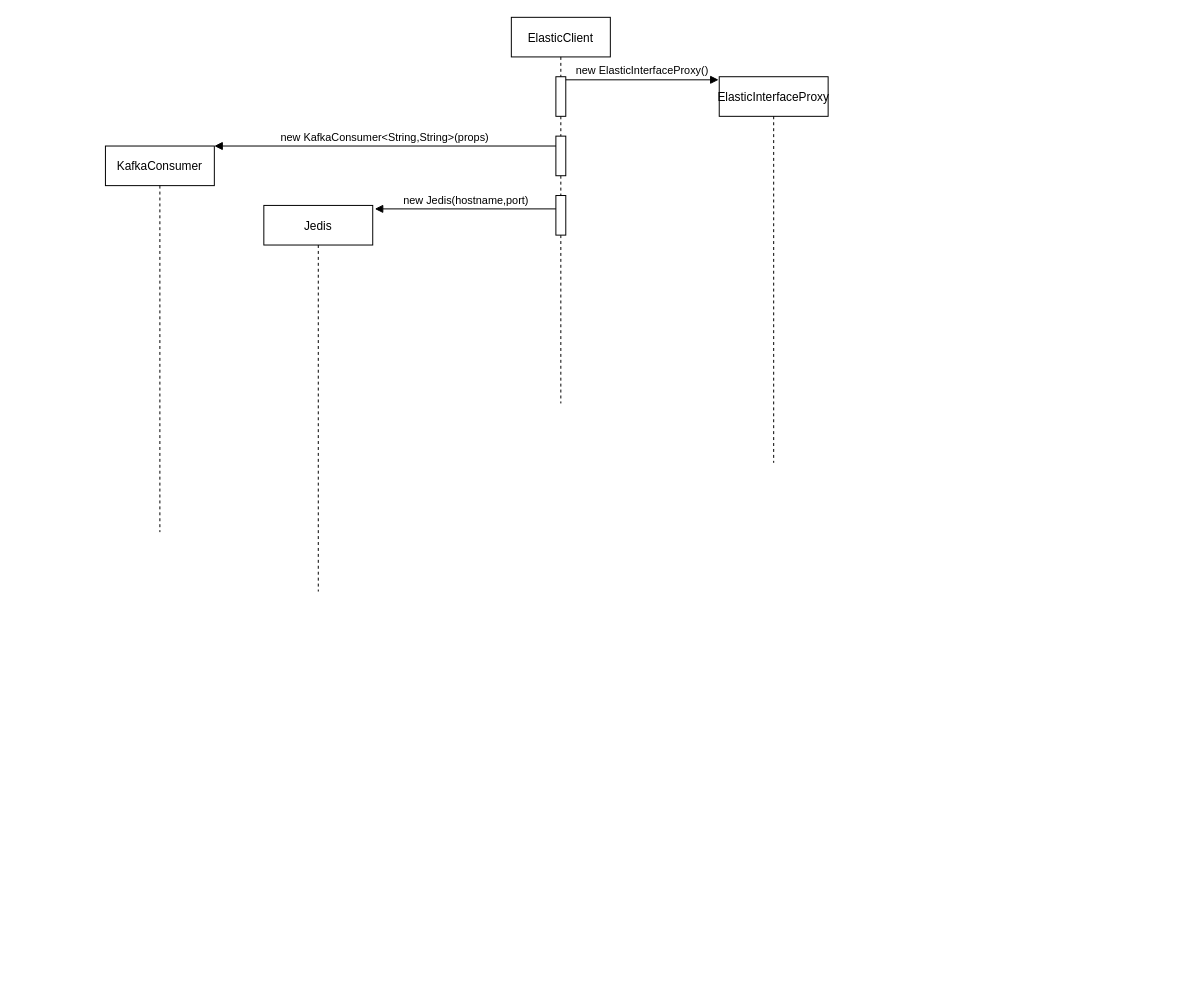
Above: docs/sequenceOrchestrator.drawio in josura/Error-classification-ISD (draw.io), before the change. Source tidied: cells renumbered, new cells numbered last; positions are measured from the earlier drawing's top-left corner, leaving out a move shared by most shapes. Both pictures are drawn from the tidied source at 99%, with x=0, y=0 at pixel (105, 17).
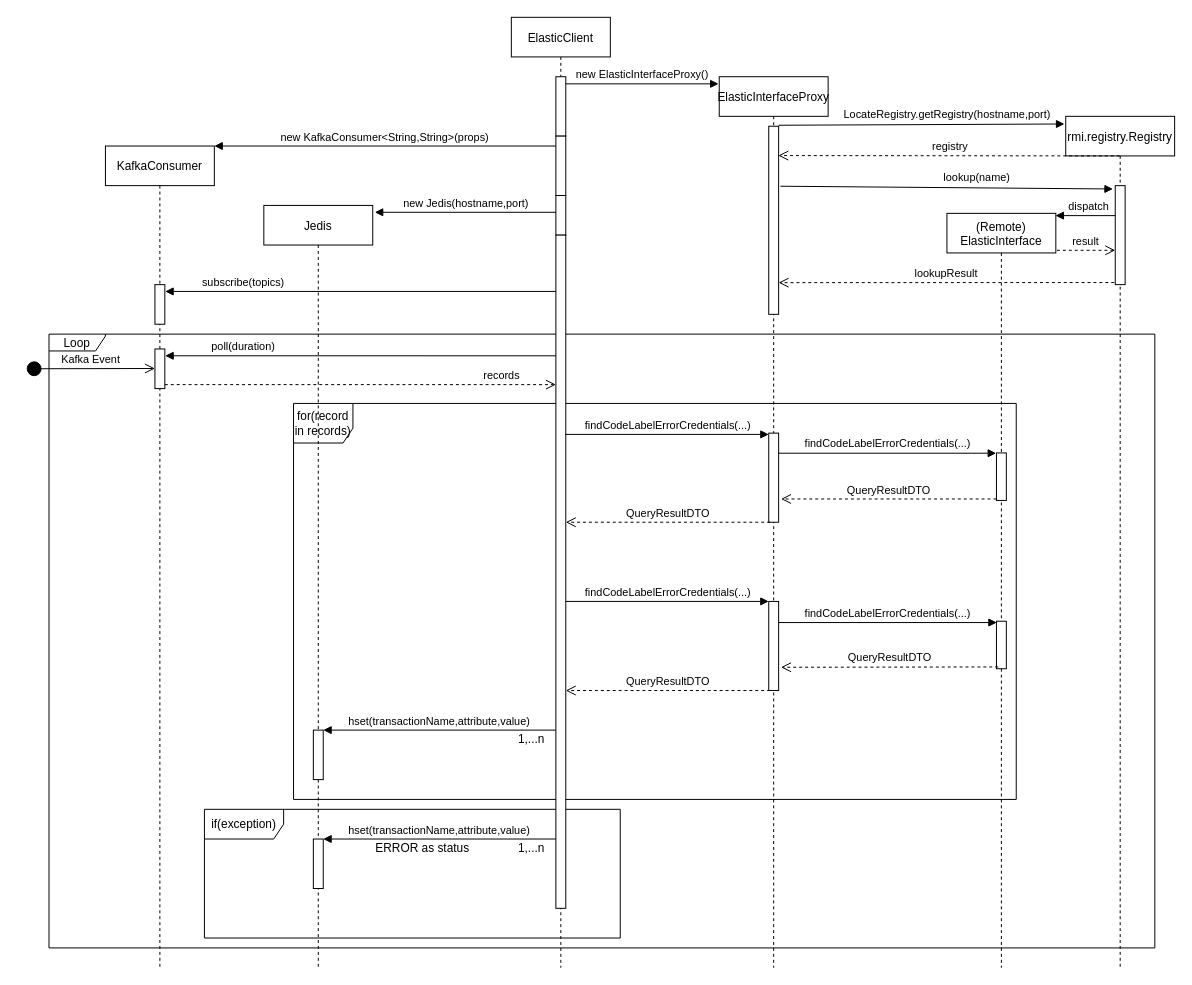
The same diagram, later.

The edit, as a diff of the source:
```diff
@@
+    <mxCell id="12" value="if(exception)" style="shape=umlFrame;whiteSpace=wrap;html=1;width=80;height=30;" parent="1" vertex="1">
+      <mxGeometry x="100" y="800" width="420" height="130" as="geometry" />
+    </mxCell>
+    <mxCell id="13" value="Loop" style="shape=umlFrame;whiteSpace=wrap;html=1;width=57;height=17;" parent="1" vertex="1">
+      <mxGeometry x="-57" y="320" width="1117" height="620" as="geometry" />
+    </mxCell>
+    <mxCell id="14" value="for(record in records)" style="shape=umlFrame;whiteSpace=wrap;html=1;width=60;height=40;" parent="1" vertex="1">
+      <mxGeometry x="190" y="390" width="730" height="400" as="geometry" />
+    </mxCell>
     <mxCell id="2" value="ElasticClient" style="shape=umlLifeline;perimeter=lifelinePerimeter;rounded=0;shadow=0;strokeWidth=1;" parent="1" vertex="1">
-      <mxGeometry x="410" width="100" height="390" as="geometry" />
+      <mxGeometry x="410" width="100" height="960" as="geometry" />
     </mxCell>
     <mxCell id="3" style="points=[];perimeter=orthogonalPerimeter;rounded=0;shadow=0;strokeWidth=1;" parent="2" vertex="1">
-      <mxGeometry x="45" y="60" width="10" height="40" as="geometry" />
+      <mxGeometry x="45" y="60" width="10" height="60" as="geometry" />
     </mxCell>
     <mxCell id="4" style="points=[];perimeter=orthogonalPerimeter;rounded=0;shadow=0;strokeWidth=1;" parent="2" vertex="1">
-      <mxGeometry x="45" y="120" width="10" height="40" as="geometry" />
+      <mxGeometry x="45" y="120" width="10" height="60" as="geometry" />
     </mxCell>
@@
+    <mxCell id="15" style="points=[];perimeter=orthogonalPerimeter;rounded=0;shadow=0;strokeWidth=1;" parent="2" vertex="1">
+      <mxGeometry x="45" y="220" width="10" height="680" as="geometry" />
+    </mxCell>
     <mxCell id="6" value="ElasticInterfaceProxy" style="shape=umlLifeline;perimeter=lifelinePerimeter;rounded=0;shadow=0;strokeWidth=1;" parent="1" vertex="1">
-      <mxGeometry x="620" y="60" width="110" height="390" as="geometry" />
+      <mxGeometry x="620" y="60" width="110" height="900" as="geometry" />
     </mxCell>
+    <mxCell id="16" style="points=[];perimeter=orthogonalPerimeter;rounded=0;shadow=0;strokeWidth=1;" parent="6" vertex="1">
+      <mxGeometry x="50" y="360" width="10" height="90" as="geometry" />
+    </mxCell>
+    <mxCell id="17" style="points=[];perimeter=orthogonalPerimeter;rounded=0;shadow=0;strokeWidth=1;" parent="6" vertex="1">
+      <mxGeometry x="50" y="50" width="10" height="190" as="geometry" />
+    </mxCell>
+    <mxCell id="18" style="points=[];perimeter=orthogonalPerimeter;rounded=0;shadow=0;strokeWidth=1;" parent="6" vertex="1">
+      <mxGeometry x="50" y="530" width="10" height="90" as="geometry" />
+    </mxCell>
@@
     <mxCell id="8" value="KafkaConsumer" style="shape=umlLifeline;perimeter=lifelinePerimeter;rounded=0;shadow=0;strokeWidth=1;" parent="1" vertex="1">
-      <mxGeometry y="130" width="110" height="390" as="geometry" />
+      <mxGeometry y="130" width="110" height="830" as="geometry" />
     </mxCell>
+    <mxCell id="19" style="points=[];perimeter=orthogonalPerimeter;rounded=0;shadow=0;strokeWidth=1;" parent="8" vertex="1">
+      <mxGeometry x="50" y="140" width="10" height="40" as="geometry" />
+    </mxCell>
+    <mxCell id="20" style="points=[];perimeter=orthogonalPerimeter;rounded=0;shadow=0;strokeWidth=1;" parent="8" vertex="1">
+      <mxGeometry x="50" y="205" width="10" height="40" as="geometry" />
+    </mxCell>
+    <mxCell id="21" value="poll(duration)" style="html=1;verticalAlign=bottom;endArrow=block;rounded=0;entryX=1.038;entryY=0.172;entryDx=0;entryDy=0;entryPerimeter=0;" parent="8" edge="1" target="20">
+      <mxGeometry x="0.6" relative="1" as="geometry">
+        <mxPoint x="455" y="211.9" as="sourcePoint" />
+      </mxGeometry>
+    </mxCell>
     <mxCell id="9" value="Jedis" style="shape=umlLifeline;perimeter=lifelinePerimeter;rounded=0;shadow=0;strokeWidth=1;" parent="1" vertex="1">
-      <mxGeometry x="160" y="190" width="110" height="390" as="geometry" />
+      <mxGeometry x="160" y="190" width="110" height="770" as="geometry" />
     </mxCell>
+    <mxCell id="22" style="points=[];perimeter=orthogonalPerimeter;rounded=0;shadow=0;strokeWidth=1;" parent="9" vertex="1">
+      <mxGeometry x="50" y="530" width="10" height="50" as="geometry" />
+    </mxCell>
@@
+    <mxCell id="23" value="subscribe(topics)" style="html=1;verticalAlign=bottom;endArrow=block;rounded=0;entryX=1.038;entryY=0.172;entryDx=0;entryDy=0;entryPerimeter=0;" parent="1" edge="1" source="15" target="19">
+      <mxGeometry x="0.6" relative="1" as="geometry" />
+    </mxCell>
+    <mxCell id="24" value="records" style="html=1;verticalAlign=bottom;endArrow=open;dashed=1;endSize=8;rounded=0;" parent="1" edge="1">
+      <mxGeometry x="0.72" relative="1" as="geometry">
+        <mxPoint x="60" y="371" as="sourcePoint" />
+        <mxPoint x="455" y="371" as="targetPoint" />
+      </mxGeometry>
+    </mxCell>
+    <mxCell id="25" value="findCodeLabelErrorCredentials(...)" style="html=1;verticalAlign=bottom;endArrow=block;rounded=0;exitX=0.952;exitY=0.296;exitDx=0;exitDy=0;exitPerimeter=0;" parent="1" edge="1" source="15" target="16">
+      <mxGeometry relative="1" as="geometry" />
+    </mxCell>
+    <mxCell id="26" value="Kafka Event" style="html=1;verticalAlign=bottom;startArrow=circle;startFill=1;endArrow=open;startSize=6;endSize=8;rounded=0;" parent="1" edge="1">
+      <mxGeometry relative="1" as="geometry">
+        <mxPoint x="-80" y="355" as="sourcePoint" />
+        <mxPoint x="50" y="354.7" as="targetPoint" />
+      </mxGeometry>
+    </mxCell>
+    <mxCell id="27" value="(Remote)&#10;ElasticInterface" style="shape=umlLifeline;perimeter=lifelinePerimeter;rounded=0;shadow=0;strokeWidth=1;" parent="1" vertex="1">
+      <mxGeometry x="850" y="198" width="110" height="762" as="geometry" />
+    </mxCell>
+    <mxCell id="28" style="points=[];perimeter=orthogonalPerimeter;rounded=0;shadow=0;strokeWidth=1;" parent="27" vertex="1">
+      <mxGeometry x="50" y="242" width="10" height="48" as="geometry" />
+    </mxCell>
+    <mxCell id="29" style="points=[];perimeter=orthogonalPerimeter;rounded=0;shadow=0;strokeWidth=1;" parent="27" vertex="1">
+      <mxGeometry x="50" y="412" width="10" height="48" as="geometry" />
+    </mxCell>
+    <mxCell id="30" value="dispatch" style="html=1;verticalAlign=bottom;endArrow=block;rounded=0;entryX=0.997;entryY=0.003;entryDx=0;entryDy=0;entryPerimeter=0;" parent="1" edge="1" source="31" target="27">
+      <mxGeometry relative="1" as="geometry" />
+    </mxCell>
+    <mxCell id="31" value="rmi.registry.Registry" style="shape=umlLifeline;perimeter=lifelinePerimeter;rounded=0;shadow=0;strokeWidth=1;" parent="1" vertex="1">
+      <mxGeometry x="970" y="100" width="110" height="860" as="geometry" />
+    </mxCell>
+    <mxCell id="32" style="points=[];perimeter=orthogonalPerimeter;rounded=0;shadow=0;strokeWidth=1;" parent="31" vertex="1">
+      <mxGeometry x="50" y="70" width="10" height="100" as="geometry" />
+    </mxCell>
+    <mxCell id="33" value="LocateRegistry.getRegistry(hostname,port)" style="html=1;verticalAlign=bottom;endArrow=block;rounded=0;entryX=-0.012;entryY=0.009;entryDx=0;entryDy=0;entryPerimeter=0;" parent="1" edge="1" target="31">
+      <mxGeometry x="0.18" y="1" relative="1" as="geometry">
+        <mxPoint x="680" y="109" as="sourcePoint" />
+      </mxGeometry>
+    </mxCell>
+    <mxCell id="34" value="registry" style="html=1;verticalAlign=bottom;endArrow=open;dashed=1;endSize=8;rounded=0;entryX=0.969;entryY=0.156;entryDx=0;entryDy=0;entryPerimeter=0;" parent="1" edge="1" source="31" target="17">
+      <mxGeometry relative="1" as="geometry" />
+    </mxCell>
+    <mxCell id="35" value="lookup(name)" style="html=1;verticalAlign=bottom;endArrow=block;rounded=0;entryX=-0.238;entryY=0.034;entryDx=0;entryDy=0;entryPerimeter=0;exitX=1.176;exitY=0.319;exitDx=0;exitDy=0;exitPerimeter=0;" parent="1" edge="1" source="17" target="32">
+      <mxGeometry x="0.18" y="1" relative="1" as="geometry" />
+    </mxCell>
+    <mxCell id="36" value="result" style="html=1;verticalAlign=bottom;endArrow=open;dashed=1;endSize=8;rounded=0;exitX=1.01;exitY=0.049;exitDx=0;exitDy=0;exitPerimeter=0;" parent="1" edge="1" source="27" target="32">
+      <mxGeometry relative="1" as="geometry" />
+    </mxCell>
+    <mxCell id="37" value="lookupResult" style="html=1;verticalAlign=bottom;endArrow=open;dashed=1;endSize=8;rounded=0;exitX=-0.1;exitY=0.979;exitDx=0;exitDy=0;exitPerimeter=0;" parent="1" edge="1" source="32">
+      <mxGeometry relative="1" as="geometry">
+        <mxPoint x="680" y="268" as="targetPoint" />
+      </mxGeometry>
+    </mxCell>
+    <mxCell id="38" value="findCodeLabelErrorCredentials(...)" style="html=1;verticalAlign=bottom;endArrow=block;rounded=0;entryX=-0.031;entryY=0.006;entryDx=0;entryDy=0;entryPerimeter=0;" parent="1" edge="1" source="16" target="28">
+      <mxGeometry relative="1" as="geometry" />
+    </mxCell>
+    <mxCell id="39" value="QueryResultDTO" style="html=1;verticalAlign=bottom;endArrow=open;dashed=1;endSize=8;rounded=0;entryX=1.245;entryY=0.739;entryDx=0;entryDy=0;entryPerimeter=0;" parent="1" edge="1" source="28" target="16">
+      <mxGeometry relative="1" as="geometry" />
+    </mxCell>
+    <mxCell id="40" value="QueryResultDTO" style="html=1;verticalAlign=bottom;endArrow=open;dashed=1;endSize=8;rounded=0;exitX=0.141;exitY=1;exitDx=0;exitDy=0;exitPerimeter=0;" parent="1" edge="1" source="16" target="15">
+      <mxGeometry relative="1" as="geometry" />
+    </mxCell>
+    <mxCell id="41" value="findCodeLabelErrorCredentials(...)" style="html=1;verticalAlign=bottom;endArrow=block;rounded=0;" parent="1" edge="1" source="15" target="18">
+      <mxGeometry relative="1" as="geometry" />
+    </mxCell>
+    <mxCell id="42" value="QueryResultDTO" style="html=1;verticalAlign=bottom;endArrow=open;dashed=1;endSize=8;rounded=0;exitX=0.141;exitY=1;exitDx=0;exitDy=0;exitPerimeter=0;" parent="1" edge="1" source="18" target="15">
+      <mxGeometry relative="1" as="geometry" />
+    </mxCell>
+    <mxCell id="43" value="findCodeLabelErrorCredentials(...)" style="html=1;verticalAlign=bottom;endArrow=block;rounded=0;entryX=0.038;entryY=0.028;entryDx=0;entryDy=0;entryPerimeter=0;" parent="1" edge="1" source="18" target="29">
+      <mxGeometry relative="1" as="geometry" />
+    </mxCell>
+    <mxCell id="44" value="QueryResultDTO" style="html=1;verticalAlign=bottom;endArrow=open;dashed=1;endSize=8;rounded=0;entryX=1.245;entryY=0.739;entryDx=0;entryDy=0;entryPerimeter=0;exitX=0.176;exitY=0.962;exitDx=0;exitDy=0;exitPerimeter=0;" parent="1" edge="1" source="29" target="18">
+      <mxGeometry relative="1" as="geometry" />
+    </mxCell>
+    <mxCell id="45" value="hset(transactionName,attribute,value)" style="html=1;verticalAlign=bottom;endArrow=block;rounded=0;" parent="1" edge="1" source="15" target="22">
+      <mxGeometry relative="1" as="geometry" />
+    </mxCell>
+    <mxCell id="46" value="1,...n" style="text;html=1;align=center;verticalAlign=middle;strokeColor=none;fillColor=none;" parent="1" vertex="1">
+      <mxGeometry x="410" y="720" width="40" height="20" as="geometry" />
+    </mxCell>
+    <mxCell id="47" style="points=[];perimeter=orthogonalPerimeter;rounded=0;shadow=0;strokeWidth=1;" parent="1" vertex="1">
+      <mxGeometry x="210" y="830" width="10" height="50" as="geometry" />
+    </mxCell>
+    <mxCell id="48" value="hset(transactionName,attribute,value)" style="html=1;verticalAlign=bottom;endArrow=block;rounded=0;" parent="1" edge="1" target="47">
+      <mxGeometry relative="1" as="geometry">
+        <mxPoint x="455" y="830" as="sourcePoint" />
+      </mxGeometry>
+    </mxCell>
+    <mxCell id="49" value="1,...n" style="text;html=1;align=center;verticalAlign=middle;strokeColor=none;fillColor=none;" parent="1" vertex="1">
+      <mxGeometry x="410" y="830" width="40" height="20" as="geometry" />
+    </mxCell>
+    <mxCell id="50" value="ERROR as status" style="text;html=1;align=center;verticalAlign=middle;strokeColor=none;fillColor=none;" parent="1" vertex="1">
+      <mxGeometry x="265" y="830" width="110" height="20" as="geometry" />
+    </mxCell>
```
